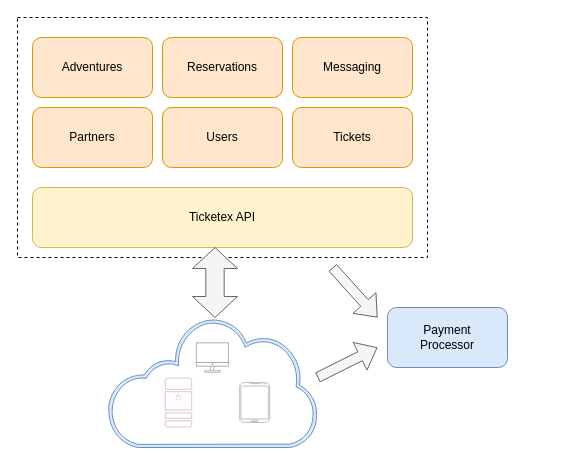
Before: page "Intro" (1 of 4) of docs/arch.drawio in andrescosta/ticketex, a draw.io diagram. Source tidied: cells renumbered, new cells numbered last; positions are measured from the earlier drawing's top-left corner, leaving out a move shared by most shapes. Both pictures are drawn from the tidied source at 100%, with x=0, y=0 at pixel (17, 17).
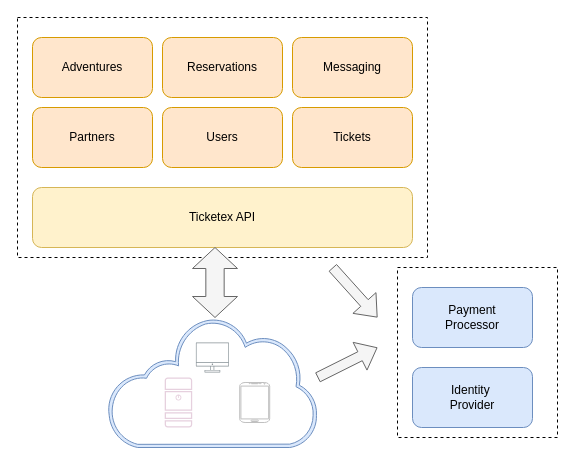
Above is the later version.

Diff of the diagram source:
```diff
@@
     <mxCell id="16" value="Payment &lt;br&gt;Processor" style="rounded=1;whiteSpace=wrap;html=1;fillColor=#dae8fc;strokeColor=#6c8ebf;" parent="1" vertex="1">
-      <mxGeometry x="370" y="290" width="120" height="60" as="geometry" />
+      <mxGeometry x="395" y="270" width="120" height="60" as="geometry" />
     </mxCell>
@@
+    <mxCell id="19" value="Identity&amp;nbsp;&lt;br&gt;Provider" style="rounded=1;whiteSpace=wrap;html=1;fillColor=#dae8fc;strokeColor=#6c8ebf;" parent="1" vertex="1">
+      <mxGeometry x="395" y="350" width="120" height="60" as="geometry" />
+    </mxCell>
+    <mxCell id="20" style="rounded=0;whiteSpace=wrap;html=1;fillColor=none;dashed=1;" parent="1" vertex="1">
+      <mxGeometry x="380" y="250" width="160" height="170" as="geometry" />
+    </mxCell>
```
